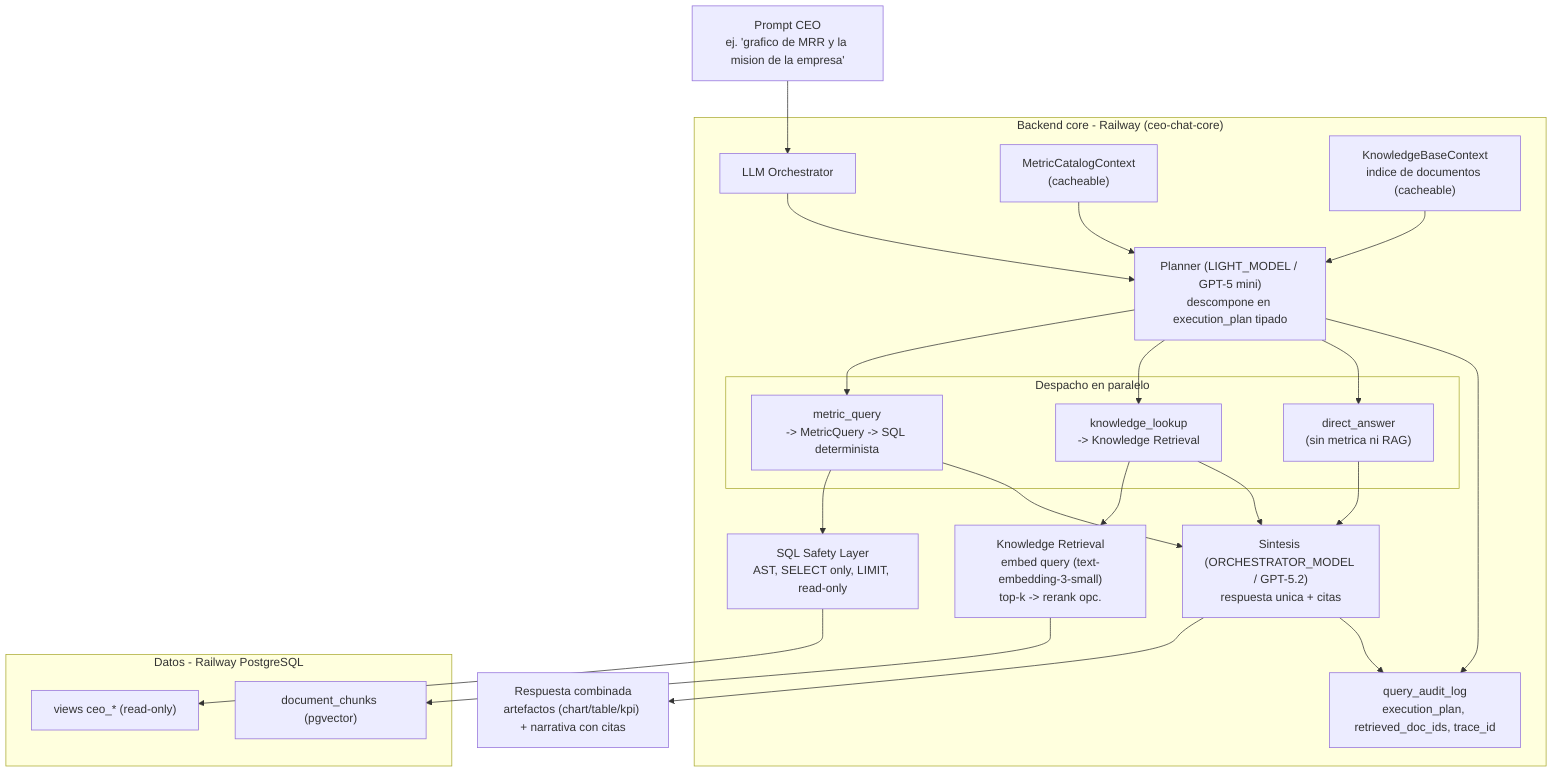
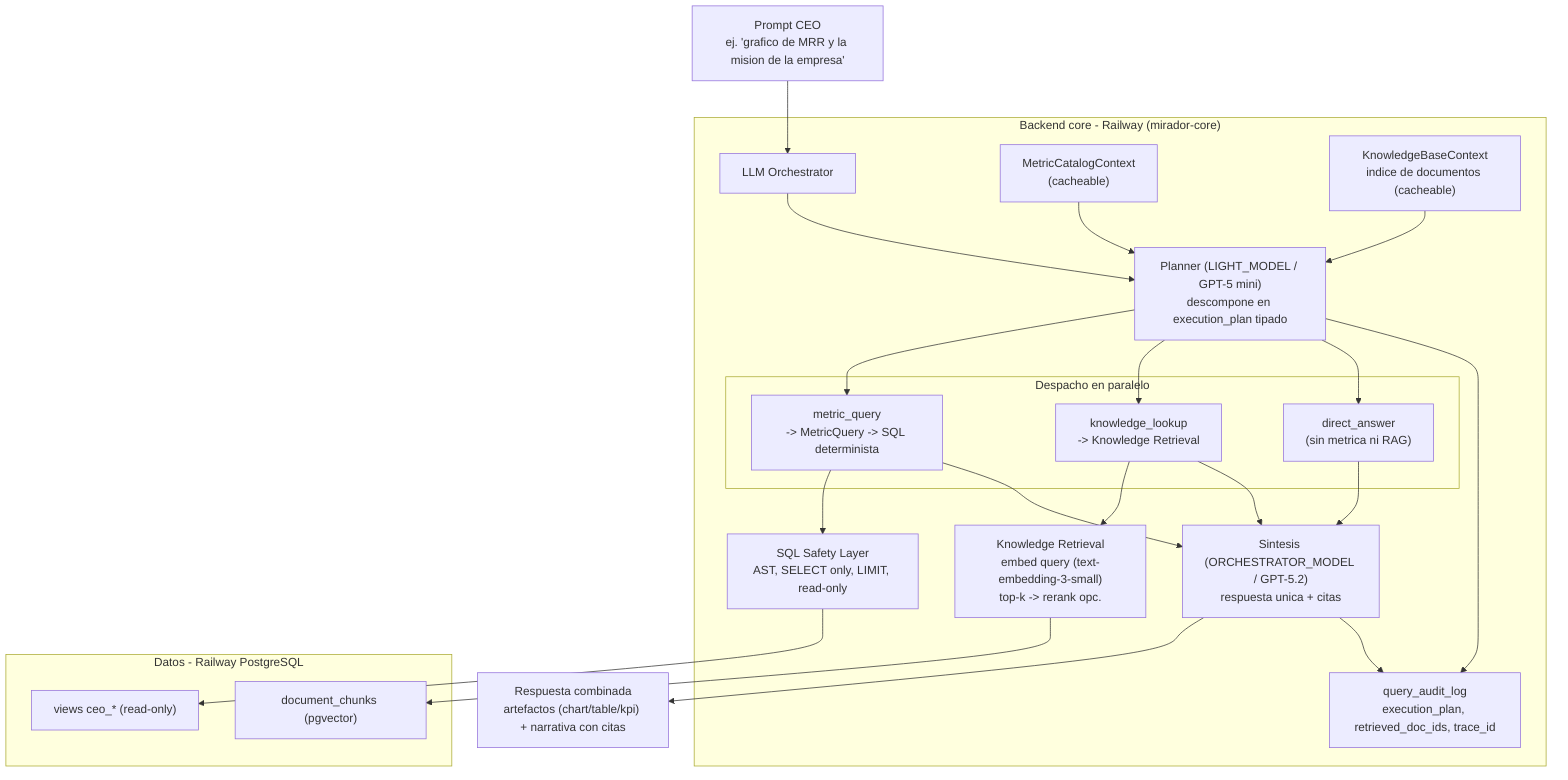
%% Orquestacion multi-intencion (ADR-0008): un prompt puede pedir metrica + conocimiento
%% y ambas vuelven en una sola respuesta. Planner estructurado -> despacho paralelo -> sintesis.
flowchart TD
  Question["Prompt CEO\nej. 'grafico de MRR y la mision de la empresa'"]

-   subgraph core["Backend core - Railway (ceo-chat-core)"]
+   subgraph core["Backend core - Railway (mirador-core)"]
    Orch["LLM Orchestrator"]
    Planner["Planner (LIGHT_MODEL / GPT-5 mini)\ndescompone en execution_plan tipado"]
    MetricCtx["MetricCatalogContext\n(cacheable)"]
    KnowCtx["KnowledgeBaseContext\nindice de documentos (cacheable)"]

    subgraph dispatch["Despacho en paralelo"]
      MetricTask["metric_query\n-> MetricQuery -> SQL determinista"]
      KnowTask["knowledge_lookup\n-> Knowledge Retrieval"]
      DirectTask["direct_answer\n(sin metrica ni RAG)"]
    end

    Safety["SQL Safety Layer\nAST, SELECT only, LIMIT, read-only"]
    Retrieval["Knowledge Retrieval\nembed query (text-embedding-3-small)\ntop-k -> rerank opc."]
    Synth["Sintesis (ORCHESTRATOR_MODEL / GPT-5.2)\nrespuesta unica + citas"]
    Audit["query_audit_log\nexecution_plan, retrieved_doc_ids, trace_id"]
  end

  subgraph data["Datos - Railway PostgreSQL"]
    Views["views ceo_* (read-only)"]
    Vectors["document_chunks (pgvector)"]
  end

  Response["Respuesta combinada\nartefactos (chart/table/kpi) + narrativa con citas"]

  Question --> Orch
  Orch --> Planner
  MetricCtx --> Planner
  KnowCtx --> Planner
  Planner --> MetricTask
  Planner --> KnowTask
  Planner --> DirectTask
  MetricTask --> Safety
  Safety --> Views
  KnowTask --> Retrieval
  Retrieval --> Vectors
  MetricTask --> Synth
  KnowTask --> Synth
  DirectTask --> Synth
  Synth --> Response
  Synth --> Audit
  Planner --> Audit
